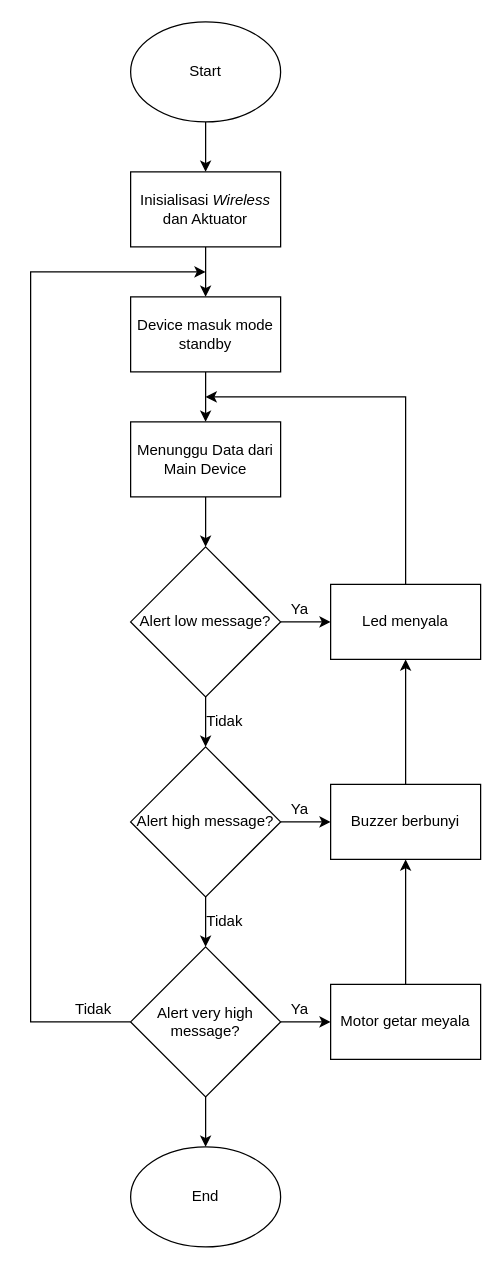
The draw.io diagram Flow chart alert device.drawio in Akise17/Web-Design, before the edit. Source tidied: cells renumbered, new cells numbered last; positions are measured from the earlier drawing's top-left corner, leaving out a move shared by most shapes. Both pictures are drawn from the tidied source at 125%, with x=0, y=0 at pixel (30, 21).
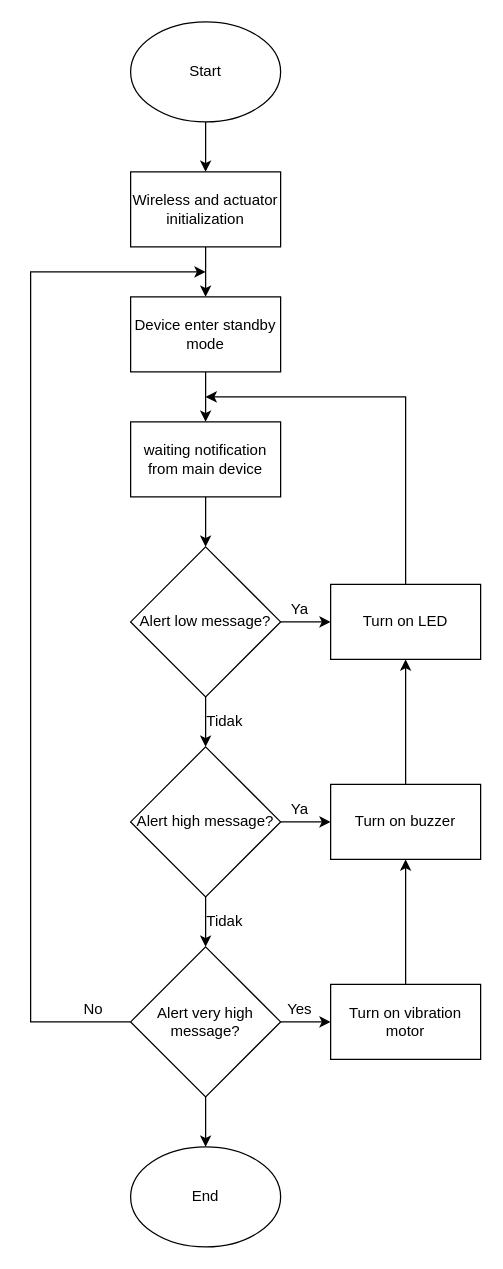
After the change.

What changed in the source:
```diff
@@
-    <mxCell id="5" value="&lt;div&gt;Inisialisasi &lt;i&gt;Wireless&lt;/i&gt; dan Aktuator &lt;br&gt;&lt;/div&gt;" style="rounded=0;whiteSpace=wrap;html=1;" parent="1" vertex="1">
+    <mxCell id="5" value="Wireless and actuator initialization" style="rounded=0;whiteSpace=wrap;html=1;" parent="1" vertex="1">
       <mxGeometry x="80" y="120" width="120" height="60" as="geometry" />
     </mxCell>
@@
-    <mxCell id="7" value="Device masuk mode standby" style="whiteSpace=wrap;html=1;rounded=0;" parent="1" vertex="1">
+    <mxCell id="7" value="Device enter standby mode" style="whiteSpace=wrap;html=1;rounded=0;" parent="1" vertex="1">
       <mxGeometry x="80" y="220" width="120" height="60" as="geometry" />
     </mxCell>
@@
-    <mxCell id="9" value="Menunggu Data dari Main Device" style="whiteSpace=wrap;html=1;rounded=0;" parent="1" vertex="1">
+    <mxCell id="9" value="waiting notification from main device" style="whiteSpace=wrap;html=1;rounded=0;" parent="1" vertex="1">
       <mxGeometry x="80" y="320" width="120" height="60" as="geometry" />
     </mxCell>
@@
-    <mxCell id="14" value="Led menyala" style="rounded=0;whiteSpace=wrap;html=1;" parent="1" vertex="1">
+    <mxCell id="14" value="Turn on LED" style="rounded=0;whiteSpace=wrap;html=1;" parent="1" vertex="1">
       <mxGeometry x="240" y="450" width="120" height="60" as="geometry" />
     </mxCell>
@@
-    <mxCell id="19" value="Buzzer berbunyi" style="rounded=0;whiteSpace=wrap;html=1;" parent="1" vertex="1">
+    <mxCell id="19" value="Turn on buzzer" style="rounded=0;whiteSpace=wrap;html=1;" parent="1" vertex="1">
       <mxGeometry x="240" y="610" width="120" height="60" as="geometry" />
     </mxCell>
@@
-    <mxCell id="25" value="Motor getar meyala" style="rounded=0;whiteSpace=wrap;html=1;" parent="1" vertex="1">
+    <mxCell id="25" value="Turn on vibration motor" style="rounded=0;whiteSpace=wrap;html=1;" parent="1" vertex="1">
       <mxGeometry x="240" y="770" width="120" height="60" as="geometry" />
     </mxCell>
@@
-    <mxCell id="27" value="&lt;div&gt;Ya&lt;/div&gt;" style="text;html=1;align=center;verticalAlign=middle;strokeColor=none;" parent="1" vertex="1">
-      <mxGeometry x="200" y="780" width="30" height="20" as="geometry" />
+    <mxCell id="27" value="Yes" style="text;html=1;align=center;verticalAlign=middle;strokeColor=none;" parent="1" vertex="1">
+      <mxGeometry x="195" y="780" width="40" height="20" as="geometry" />
     </mxCell>
@@
-    <mxCell id="32" value="Tidak" style="text;html=1;align=center;verticalAlign=middle;strokeColor=none;" parent="1" vertex="1">
-      <mxGeometry x="30" y="780" width="40" height="20" as="geometry" />
+    <mxCell id="32" value="No" style="text;html=1;align=center;verticalAlign=middle;strokeColor=none;" parent="1" vertex="1">
+      <mxGeometry x="35" y="780" width="30" height="20" as="geometry" />
     </mxCell>
```
